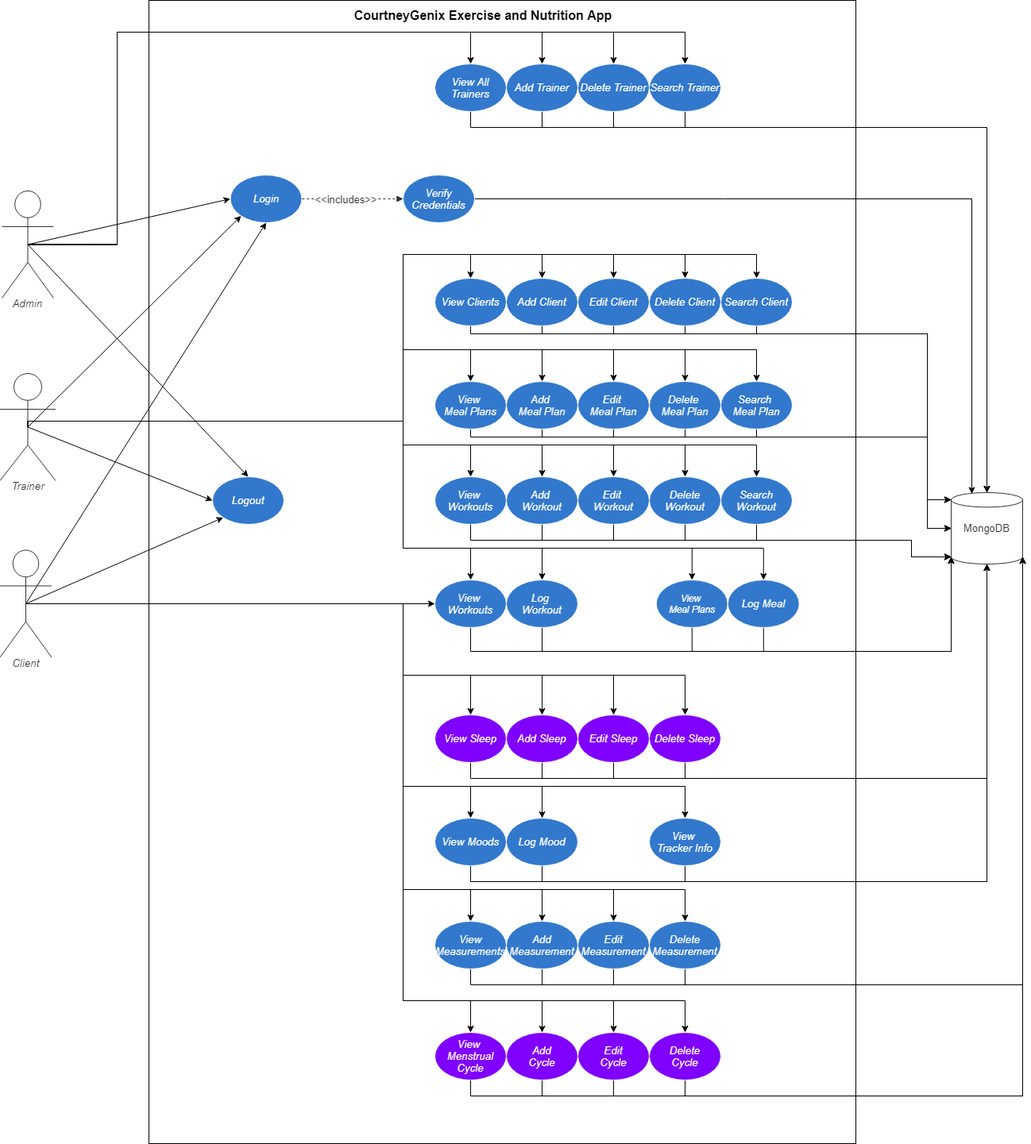
Above: CG-UseCase.png in glerichartwell/COP4331-Large-Project (draw.io), before the change. Source tidied: cells renumbered, new cells last; positions are measured from the earlier drawing's top-left corner, leaving out a move shared by most shapes.
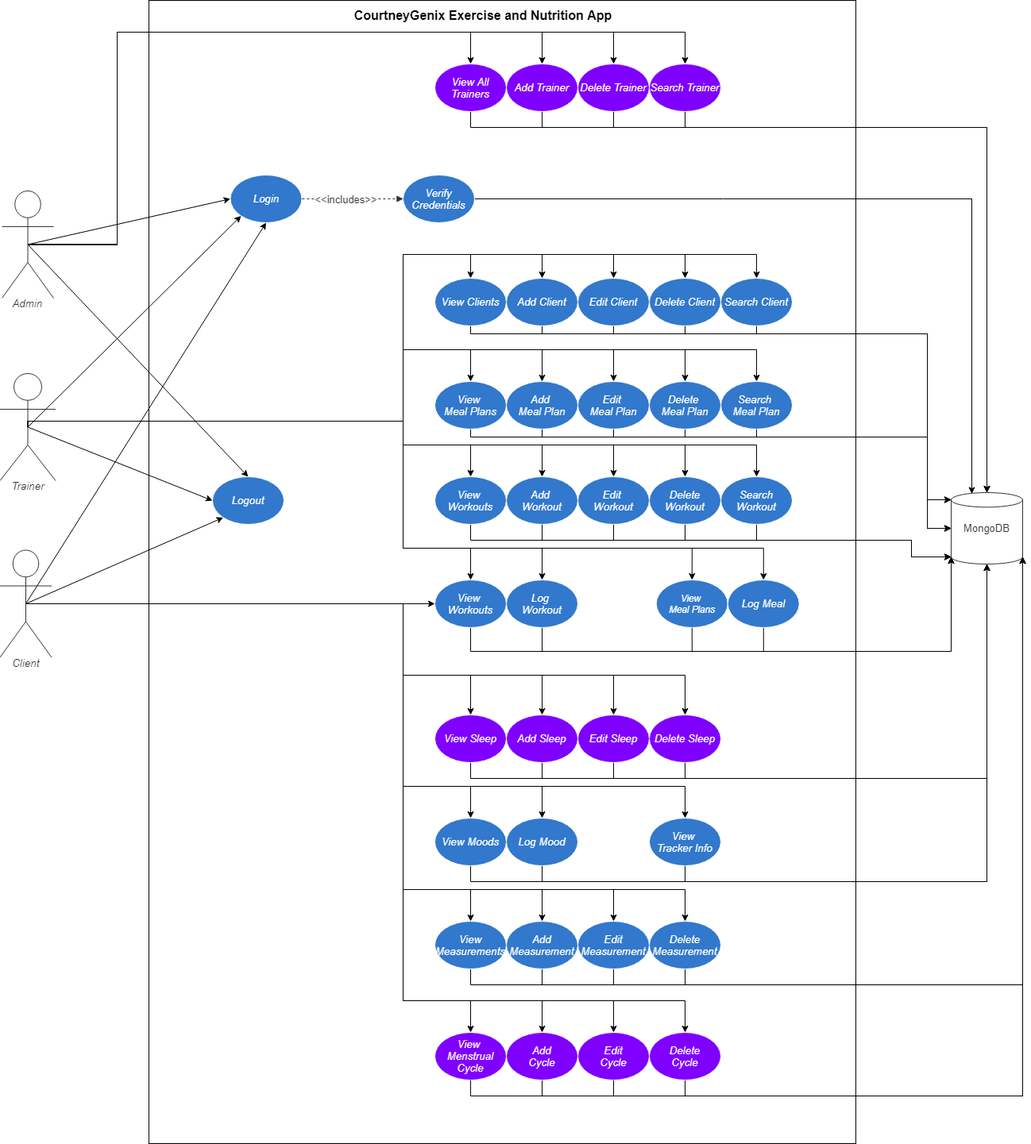
Above is the later version.

What changed in the source:
```diff
@@ -394,7 +394,7 @@
         </Array>
       </mxGeometry>
     </mxCell>
-    <mxCell id="54" value="Add Trainer" style="html=1;overflow=block;blockSpacing=1;whiteSpace=wrap;ellipse;whiteSpace=wrap;fontSize=13.3;fontColor=#ffffff;fontStyle=2;align=center;spacing=0;verticalAlign=middle;strokeColor=#ffffff;strokeOpacity=100;fillOpacity=100;rounded=1;absoluteArcSize=1;arcSize=7.5;fillColor=#3278cc;strokeWidth=0.8;" parent="1" vertex="1">
+    <mxCell id="54" value="Add Trainer" style="html=1;overflow=block;blockSpacing=1;whiteSpace=wrap;ellipse;whiteSpace=wrap;fontSize=13.3;fontColor=#ffffff;fontStyle=2;align=center;spacing=0;verticalAlign=middle;strokeColor=#ffffff;strokeOpacity=100;fillOpacity=100;rounded=1;absoluteArcSize=1;arcSize=7.5;fillColor=#7F00FF;strokeWidth=0.8;" parent="1" vertex="1">
       <mxGeometry x="638" y="80" width="90" height="60" as="geometry" />
     </mxCell>
     <mxCell id="55" style="edgeStyle=orthogonalEdgeStyle;rounded=0;jettySize=auto;html=1;exitX=0.5;exitY=1;exitDx=0;exitDy=0;entryX=0.5;entryY=0;entryDx=0;entryDy=0;entryPerimeter=0;fontFamily=Helvetica;fontSize=16;" parent="1" edge="1" source="56" target="48">
@@ -405,7 +405,7 @@
         </Array>
       </mxGeometry>
     </mxCell>
-    <mxCell id="56" value="Search Trainer" style="html=1;overflow=block;blockSpacing=1;whiteSpace=wrap;ellipse;whiteSpace=wrap;fontSize=13.3;fontColor=#ffffff;fontStyle=2;align=center;spacing=0;verticalAlign=middle;strokeColor=#ffffff;strokeOpacity=100;fillOpacity=100;rounded=1;absoluteArcSize=1;arcSize=7.5;fillColor=#3278cc;strokeWidth=0.8;" parent="1" vertex="1">
+    <mxCell id="56" value="Search Trainer" style="html=1;overflow=block;blockSpacing=1;whiteSpace=wrap;ellipse;whiteSpace=wrap;fontSize=13.3;fontColor=#ffffff;fontStyle=2;align=center;spacing=0;verticalAlign=middle;strokeColor=#ffffff;strokeOpacity=100;fillOpacity=100;rounded=1;absoluteArcSize=1;arcSize=7.5;fillColor=#7F00FF;strokeWidth=0.8;" parent="1" vertex="1">
       <mxGeometry x="818" y="80" width="90" height="60" as="geometry" />
     </mxCell>
     <mxCell id="57" style="edgeStyle=orthogonalEdgeStyle;rounded=0;jettySize=auto;html=1;exitX=0.5;exitY=1;exitDx=0;exitDy=0;entryX=0.5;entryY=0;entryDx=0;entryDy=0;entryPerimeter=0;fontFamily=Helvetica;fontSize=16;" parent="1" edge="1" source="58" target="48">
@@ -416,7 +416,7 @@
         </Array>
       </mxGeometry>
     </mxCell>
-    <mxCell id="58" value="Delete Trainer" style="html=1;overflow=block;blockSpacing=1;whiteSpace=wrap;ellipse;whiteSpace=wrap;fontSize=13.3;fontColor=#ffffff;fontStyle=2;align=center;spacing=0;verticalAlign=middle;strokeColor=#ffffff;strokeOpacity=100;fillOpacity=100;rounded=1;absoluteArcSize=1;arcSize=7.5;fillColor=#3278cc;strokeWidth=0.8;" parent="1" vertex="1">
+    <mxCell id="58" value="Delete Trainer" style="html=1;overflow=block;blockSpacing=1;whiteSpace=wrap;ellipse;whiteSpace=wrap;fontSize=13.3;fontColor=#ffffff;fontStyle=2;align=center;spacing=0;verticalAlign=middle;strokeColor=#ffffff;strokeOpacity=100;fillOpacity=100;rounded=1;absoluteArcSize=1;arcSize=7.5;fillColor=#7F00FF;strokeWidth=0.8;" parent="1" vertex="1">
       <mxGeometry x="728" y="80" width="90" height="60" as="geometry" />
     </mxCell>
     <mxCell id="59" style="edgeStyle=orthogonalEdgeStyle;rounded=0;jettySize=auto;html=1;exitX=0.5;exitY=1;exitDx=0;exitDy=0;entryX=0.5;entryY=0;entryDx=0;entryDy=0;entryPerimeter=0;fontFamily=Helvetica;fontSize=16;" parent="1" edge="1" source="60" target="48">
@@ -427,7 +427,7 @@
         </Array>
       </mxGeometry>
     </mxCell>
-    <mxCell id="60" value="View All Trainers" style="html=1;overflow=block;blockSpacing=1;whiteSpace=wrap;ellipse;whiteSpace=wrap;fontSize=13.3;fontColor=#ffffff;fontStyle=2;align=center;spacing=0;verticalAlign=middle;strokeColor=#ffffff;strokeOpacity=100;fillOpacity=100;rounded=1;absoluteArcSize=1;arcSize=7.5;fillColor=#3278cc;strokeWidth=0.8;" parent="1" vertex="1">
+    <mxCell id="60" value="View All Trainers" style="html=1;overflow=block;blockSpacing=1;whiteSpace=wrap;ellipse;whiteSpace=wrap;fontSize=13.3;fontColor=#ffffff;fontStyle=2;align=center;spacing=0;verticalAlign=middle;strokeColor=#ffffff;strokeOpacity=100;fillOpacity=100;rounded=1;absoluteArcSize=1;arcSize=7.5;fillColor=#7F00FF;strokeWidth=0.8;" parent="1" vertex="1">
       <mxGeometry x="548" y="80" width="90" height="60" as="geometry" />
     </mxCell>
     <mxCell id="61" style="edgeStyle=orthogonalEdgeStyle;rounded=0;jettySize=auto;html=1;exitX=0.5;exitY=1;exitDx=0;exitDy=0;entryX=0;entryY=0.1;entryDx=0;entryDy=0;entryPerimeter=0;fontFamily=Helvetica;fontSize=16;" parent="1" edge="1" source="62" target="48">
```
